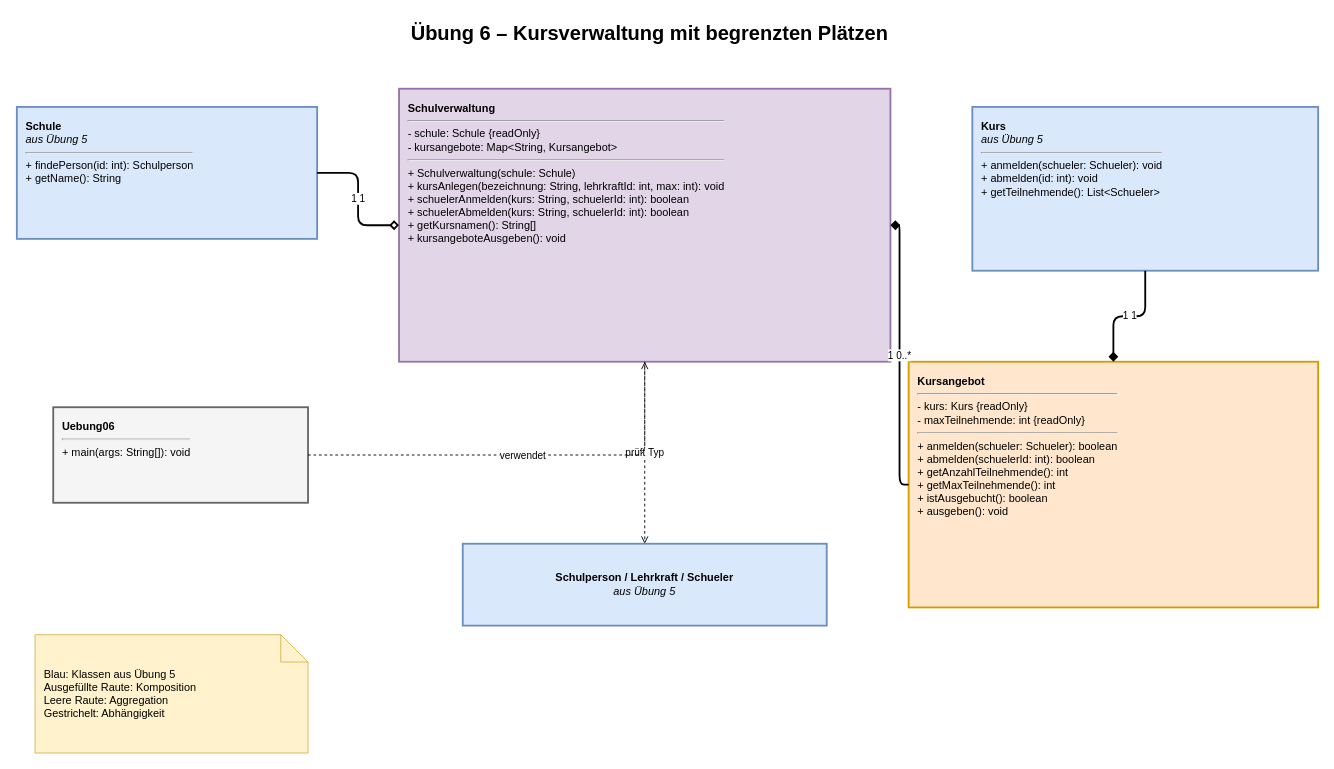
Before: diagramme/uebung06_kursverwaltung.drawio in thehahue/oop, a draw.io diagram. Source tidied: cells renumbered, new cells numbered last; positions are measured from the earlier drawing's top-left corner, leaving out a move shared by most shapes. Both pictures are drawn from the tidied source at 91%, with x=0, y=0 at pixel (16, 15).
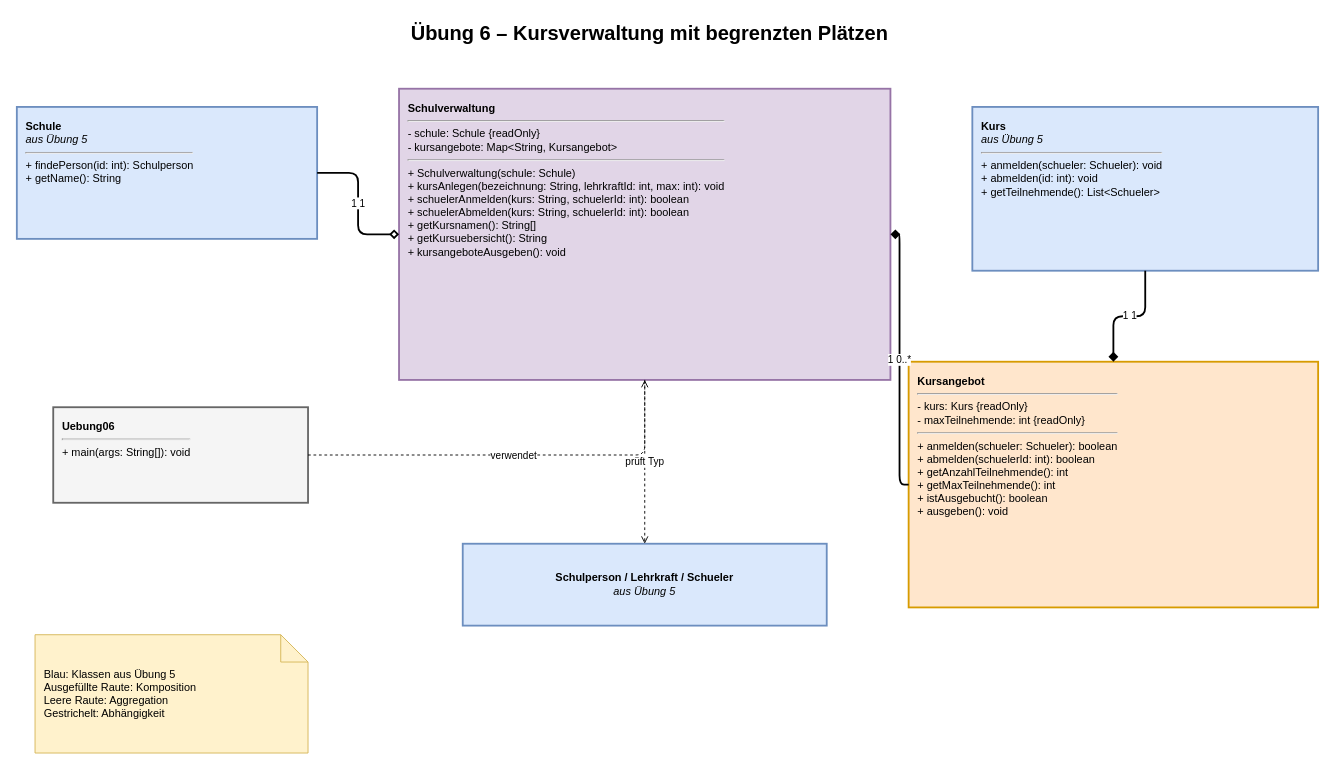
After the change.

Diff of the diagram source:
```diff
@@
 <mxGraphModel>
   <root>
     <mxCell id="0" />
     <mxCell id="1" parent="0" />
     <mxCell id="2" value="Übung 6 – Kursverwaltung mit begrenzten Plätzen" style="text;html=1;align=center;fontSize=22;fontStyle=1;" parent="1" vertex="1">
       <mxGeometry x="370" width="650" height="40" as="geometry" />
     </mxCell>
     <mxCell id="3" value="&lt;b&gt;Schule&lt;/b&gt;&lt;br&gt;&lt;i&gt;aus Übung 5&lt;/i&gt;&lt;hr&gt;+ findePerson(id: int): Schulperson&lt;br&gt;+ getName(): String" style="rounded=0;verticalAlign=top;spacingTop=8;html=1;strokeWidth=2;fillColor=#dae8fc;strokeColor=#6c8ebf;align=left;spacingLeft=8;whiteSpace=wrap;" parent="1" vertex="1">
       <mxGeometry y="100" width="330" height="145" as="geometry" />
     </mxCell>
     <mxCell id="4" value="&lt;b&gt;Kurs&lt;/b&gt;&lt;br&gt;&lt;i&gt;aus Übung 5&lt;/i&gt;&lt;hr&gt;+ anmelden(schueler: Schueler): void&lt;br&gt;+ abmelden(id: int): void&lt;br&gt;+ getTeilnehmende(): List&amp;lt;Schueler&amp;gt;" style="rounded=0;verticalAlign=top;spacingTop=8;html=1;strokeWidth=2;fillColor=#dae8fc;strokeColor=#6c8ebf;align=left;spacingLeft=8;whiteSpace=wrap;" parent="1" vertex="1">
       <mxGeometry x="1050" y="100" width="380" height="180" as="geometry" />
     </mxCell>
     <mxCell id="5" value="&lt;b&gt;Schulperson / Lehrkraft / Schueler&lt;/b&gt;&lt;br&gt;&lt;i&gt;aus Übung 5&lt;/i&gt;" style="rounded=0;verticalAlign=middle;html=1;strokeWidth=2;fillColor=#dae8fc;strokeColor=#6c8ebf;align=center;whiteSpace=wrap;" parent="1" vertex="1">
       <mxGeometry x="490" y="580" width="400" height="90" as="geometry" />
     </mxCell>
-    <mxCell id="6" value="&lt;b&gt;Schulverwaltung&lt;/b&gt;&lt;hr&gt;- schule: Schule {readOnly}&lt;br&gt;- kursangebote: Map&amp;lt;String, Kursangebot&amp;gt;&lt;hr&gt;+ Schulverwaltung(schule: Schule)&lt;br&gt;+ kursAnlegen(bezeichnung: String, lehrkraftId: int, max: int): void&lt;br&gt;+ schuelerAnmelden(kurs: String, schuelerId: int): boolean&lt;br&gt;+ schuelerAbmelden(kurs: String, schuelerId: int): boolean&lt;br&gt;+ getKursnamen(): String[]&lt;br&gt;+ kursangeboteAusgeben(): void" style="rounded=0;verticalAlign=top;spacingTop=8;html=1;strokeWidth=2;fillColor=#e1d5e7;strokeColor=#9673a6;align=left;spacingLeft=8;whiteSpace=wrap;" parent="1" vertex="1">
-      <mxGeometry x="420" y="80" width="540" height="300" as="geometry" />
+    <mxCell id="6" value="&lt;b&gt;Schulverwaltung&lt;/b&gt;&lt;hr&gt;- schule: Schule {readOnly}&lt;br&gt;- kursangebote: Map&amp;lt;String, Kursangebot&amp;gt;&lt;hr&gt;+ Schulverwaltung(schule: Schule)&lt;br&gt;+ kursAnlegen(bezeichnung: String, lehrkraftId: int, max: int): void&lt;br&gt;+ schuelerAnmelden(kurs: String, schuelerId: int): boolean&lt;br&gt;+ schuelerAbmelden(kurs: String, schuelerId: int): boolean&lt;br&gt;+ getKursnamen(): String[]&lt;br&gt;+ getKursuebersicht(): String&lt;br&gt;+ kursangeboteAusgeben(): void" style="rounded=0;verticalAlign=top;spacingTop=8;html=1;strokeWidth=2;fillColor=#e1d5e7;strokeColor=#9673a6;align=left;spacingLeft=8;whiteSpace=wrap;" parent="1" vertex="1">
+      <mxGeometry x="420" y="80" width="540" height="320" as="geometry" />
     </mxCell>
     <mxCell id="7" value="&lt;b&gt;Kursangebot&lt;/b&gt;&lt;hr&gt;- kurs: Kurs {readOnly}&lt;br&gt;- maxTeilnehmende: int {readOnly}&lt;hr&gt;+ anmelden(schueler: Schueler): boolean&lt;br&gt;+ abmelden(schuelerId: int): boolean&lt;br&gt;+ getAnzahlTeilnehmende(): int&lt;br&gt;+ getMaxTeilnehmende(): int&lt;br&gt;+ istAusgebucht(): boolean&lt;br&gt;+ ausgeben(): void" style="rounded=0;verticalAlign=top;spacingTop=8;html=1;strokeWidth=2;fillColor=#ffe6cc;strokeColor=#d79b00;align=left;spacingLeft=8;whiteSpace=wrap;" parent="1" vertex="1">
       <mxGeometry x="980" y="380" width="450" height="270" as="geometry" />
     </mxCell>
     <mxCell id="8" value="&lt;b&gt;Uebung06&lt;/b&gt;&lt;hr&gt;+ main(args: String[]): void" style="rounded=0;verticalAlign=top;spacingTop=8;html=1;strokeWidth=2;fillColor=#f5f5f5;strokeColor=#666666;align=left;spacingLeft=8;whiteSpace=wrap;" parent="1" vertex="1">
       <mxGeometry x="40" y="430" width="280" height="105" as="geometry" />
     </mxCell>
     <mxCell id="9" value="1       1" style="edgeStyle=orthogonalEdgeStyle;html=1;startArrow=diamond;startFill=0;endArrow=none;strokeWidth=2;" parent="1" edge="1" source="6" target="3">
       <mxGeometry relative="1" as="geometry" />
     </mxCell>
     <mxCell id="10" value="1       0..*" style="edgeStyle=orthogonalEdgeStyle;html=1;startArrow=diamond;startFill=1;endArrow=none;strokeWidth=2;" parent="1" edge="1" source="6" target="7">
       <mxGeometry relative="1" as="geometry" />
     </mxCell>
     <mxCell id="11" value="1       1" style="edgeStyle=orthogonalEdgeStyle;html=1;startArrow=diamond;startFill=1;endArrow=none;strokeWidth=2;" parent="1" edge="1" source="7" target="4">
       <mxGeometry relative="1" as="geometry" />
     </mxCell>
     <mxCell id="12" value="prüft Typ" style="edgeStyle=orthogonalEdgeStyle;html=1;dashed=1;endArrow=open;endFill=0;" parent="1" edge="1" source="6" target="5">
       <mxGeometry relative="1" as="geometry" />
     </mxCell>
     <mxCell id="13" value="verwendet" style="edgeStyle=orthogonalEdgeStyle;html=1;dashed=1;endArrow=open;endFill=0;" parent="1" edge="1" source="8" target="6">
       <mxGeometry relative="1" as="geometry" />
     </mxCell>
     <mxCell id="14" value="Blau: Klassen aus Übung 5&#10;Ausgefüllte Raute: Komposition&#10;Leere Raute: Aggregation&#10;Gestrichelt: Abhängigkeit" style="shape=note;whiteSpace=wrap;html=1;fillColor=#fff2cc;strokeColor=#d6b656;align=left;spacingLeft=8;" parent="1" vertex="1">
       <mxGeometry x="20" y="680" width="300" height="130" as="geometry" />
     </mxCell>
   </root>
 </mxGraphModel>
```
